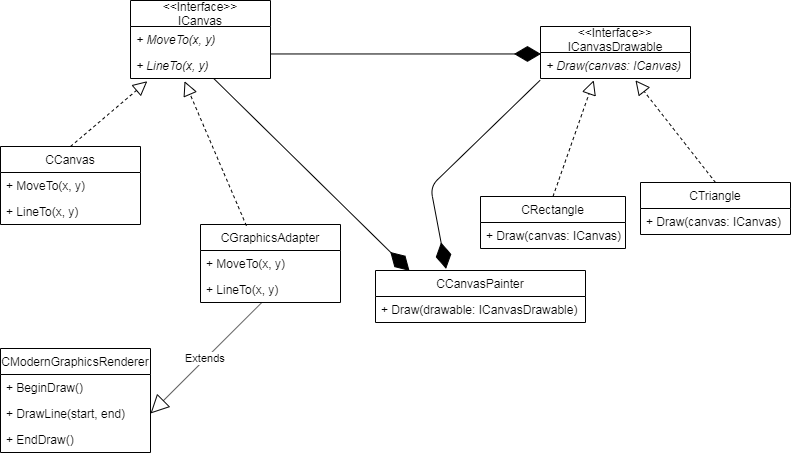
Earlier version of the draw.io export labs/6/ClassAdapter/UML.png (StepanovVladimir/ood). Source tidied: cells renumbered, new cells last; positions are measured from the earlier drawing's top-left corner, leaving out a move shared by most shapes. Source of this version:
```xml
<mxGraphModel>
  <root>
    <mxCell id="0" />
    <mxCell id="1" parent="0" />
    <mxCell id="2" value="&lt;&lt;Interface&gt;&gt;&#10;ICanvas" style="swimlane;fontStyle=0;horizontal=1;startSize=26;fillColor=none;" parent="1" vertex="1">
      <mxGeometry x="130" width="140" height="78" as="geometry" />
    </mxCell>
    <mxCell id="3" value="+ MoveTo(x, y)" style="text;strokeColor=none;fillColor=none;align=left;verticalAlign=top;spacingLeft=4;spacingRight=4;overflow=hidden;fontStyle=2;" parent="2" vertex="1">
      <mxGeometry y="26" width="140" height="26" as="geometry" />
    </mxCell>
    <mxCell id="4" value="+ LineTo(x, y)" style="text;strokeColor=none;fillColor=none;align=left;verticalAlign=top;spacingLeft=4;spacingRight=4;overflow=hidden;points=[[0,0.5],[1,0.5]];portConstraint=eastwest;fontStyle=2;" parent="2" vertex="1">
      <mxGeometry y="52" width="140" height="26" as="geometry" />
    </mxCell>
    <mxCell id="5" value="CCanvas" style="swimlane;fontStyle=0;horizontal=1;startSize=26;fillColor=none;" parent="1" vertex="1">
      <mxGeometry y="146" width="140" height="78" as="geometry" />
    </mxCell>
    <mxCell id="6" value="+ MoveTo(x, y)" style="text;strokeColor=none;fillColor=none;align=left;verticalAlign=top;spacingLeft=4;spacingRight=4;overflow=hidden;" parent="5" vertex="1">
      <mxGeometry y="26" width="140" height="26" as="geometry" />
    </mxCell>
    <mxCell id="7" value="+ LineTo(x, y)" style="text;strokeColor=none;fillColor=none;align=left;verticalAlign=top;spacingLeft=4;spacingRight=4;overflow=hidden;" parent="5" vertex="1">
      <mxGeometry y="52" width="140" height="26" as="geometry" />
    </mxCell>
    <mxCell id="8" style="endArrow=block;dashed=1;endFill=0;endSize=12;html=1;exitX=0.5;exitY=0;exitDx=0;exitDy=0;entryX=0.12;entryY=1.105;entryDx=0;entryDy=0;entryPerimeter=0;" parent="1" edge="1" source="5" target="4">
      <mxGeometry relative="1" as="geometry" />
    </mxCell>
    <mxCell id="9" value="&lt;&lt;Interface&gt;&gt;&#10;ICanvasDrawable" style="swimlane;fontStyle=0;horizontal=1;startSize=26;fillColor=none;" parent="1" vertex="1">
      <mxGeometry x="540" y="26" width="150" height="52" as="geometry" />
    </mxCell>
    <mxCell id="10" value="+ Draw(canvas: ICanvas)" style="text;strokeColor=none;fillColor=none;align=left;verticalAlign=top;spacingLeft=4;spacingRight=4;overflow=hidden;points=[[0,0.5],[1,0.5]];portConstraint=eastwest;fontStyle=2;" parent="9" vertex="1">
      <mxGeometry y="26" width="150" height="26" as="geometry" />
    </mxCell>
    <mxCell id="11" value="CRectangle" style="swimlane;fontStyle=0;horizontal=1;startSize=26;fillColor=none;" parent="1" vertex="1">
      <mxGeometry x="480" y="196" width="145" height="52" as="geometry" />
    </mxCell>
    <mxCell id="12" value="+ Draw(canvas: ICanvas)" style="text;strokeColor=none;fillColor=none;align=left;verticalAlign=top;spacingLeft=4;spacingRight=4;overflow=hidden;points=[[0,0.5],[1,0.5]];portConstraint=eastwest;" parent="11" vertex="1">
      <mxGeometry y="26" width="145" height="26" as="geometry" />
    </mxCell>
    <mxCell id="13" value="CTriangle" style="swimlane;fontStyle=0;horizontal=1;startSize=26;fillColor=none;" parent="1" vertex="1">
      <mxGeometry x="640" y="182" width="150" height="52" as="geometry" />
    </mxCell>
    <mxCell id="14" value="+ Draw(canvas: ICanvas)" style="text;strokeColor=none;fillColor=none;align=left;verticalAlign=top;spacingLeft=4;spacingRight=4;overflow=hidden;points=[[0,0.5],[1,0.5]];portConstraint=eastwest;" parent="13" vertex="1">
      <mxGeometry y="26" width="150" height="26" as="geometry" />
    </mxCell>
    <mxCell id="15" style="endArrow=block;dashed=1;endFill=0;endSize=12;html=1;entryX=0.355;entryY=1.07;entryDx=0;entryDy=0;entryPerimeter=0;exitX=0.5;exitY=0;exitDx=0;exitDy=0;" parent="1" edge="1" source="11" target="10">
      <mxGeometry relative="1" as="geometry" />
    </mxCell>
    <mxCell id="16" style="endArrow=block;dashed=1;endFill=0;endSize=12;html=1;entryX=0.633;entryY=1.07;entryDx=0;entryDy=0;entryPerimeter=0;exitX=0.5;exitY=0;exitDx=0;exitDy=0;" parent="1" edge="1" source="13" target="10">
      <mxGeometry relative="1" as="geometry" />
    </mxCell>
    <mxCell id="17" value="CCanvasPainter" style="swimlane;fontStyle=0;horizontal=1;startSize=26;fillColor=none;" parent="1" vertex="1">
      <mxGeometry x="375" y="270" width="210" height="52" as="geometry" />
    </mxCell>
    <mxCell id="18" value="+ Draw(drawable: ICanvasDrawable)" style="text;strokeColor=none;fillColor=none;align=left;verticalAlign=top;spacingLeft=4;spacingRight=4;overflow=hidden;" parent="17" vertex="1">
      <mxGeometry y="26" width="210" height="26" as="geometry" />
    </mxCell>
    <mxCell id="19" style="endArrow=diamondThin;endFill=1;endSize=24;html=1;entryX=0.162;entryY=0.007;entryDx=0;entryDy=0;entryPerimeter=0;" parent="1" edge="1" source="4" target="17">
      <mxGeometry relative="1" as="geometry" />
    </mxCell>
    <mxCell id="20" style="endArrow=diamondThin;endFill=1;endSize=24;html=1;exitX=-0.003;exitY=1.07;exitDx=0;exitDy=0;exitPerimeter=0;entryX=0.336;entryY=-0.031;entryDx=0;entryDy=0;entryPerimeter=0;" parent="1" edge="1" source="10" target="17">
      <mxGeometry relative="1" as="geometry">
        <Array as="points">
          <mxPoint x="430" y="186" />
        </Array>
      </mxGeometry>
    </mxCell>
    <mxCell id="21" style="endArrow=diamondThin;endFill=1;endSize=24;html=1;entryX=0.003;entryY=0.056;entryDx=0;entryDy=0;entryPerimeter=0;exitX=1;exitY=0.056;exitDx=0;exitDy=0;exitPerimeter=0;" parent="1" edge="1" source="4" target="10">
      <mxGeometry relative="1" as="geometry" />
    </mxCell>
    <mxCell id="22" value="CModernGraphicsRenderer" style="swimlane;fontStyle=0;horizontal=1;startSize=26;fillColor=none;" parent="1" vertex="1">
      <mxGeometry y="348" width="150" height="104" as="geometry" />
    </mxCell>
    <mxCell id="23" value="+ BeginDraw()" style="text;strokeColor=none;fillColor=none;align=left;verticalAlign=top;spacingLeft=4;spacingRight=4;overflow=hidden;" parent="22" vertex="1">
      <mxGeometry y="26" width="150" height="26" as="geometry" />
    </mxCell>
    <mxCell id="24" value="+ DrawLine(start, end)" style="text;strokeColor=none;fillColor=none;align=left;verticalAlign=top;spacingLeft=4;spacingRight=4;overflow=hidden;points=[[0,0.5],[1,0.5]];portConstraint=eastwest;" parent="22" vertex="1">
      <mxGeometry y="52" width="150" height="26" as="geometry" />
    </mxCell>
    <mxCell id="25" value="+ EndDraw()" style="text;strokeColor=none;fillColor=none;align=left;verticalAlign=top;spacingLeft=4;spacingRight=4;overflow=hidden;points=[[0,0.5],[1,0.5]];portConstraint=eastwest;" parent="22" vertex="1">
      <mxGeometry y="78" width="150" height="26" as="geometry" />
    </mxCell>
    <mxCell id="26" value="CGraphicsAdapter" style="swimlane;fontStyle=0;horizontal=1;startSize=26;fillColor=none;" parent="1" vertex="1">
      <mxGeometry x="200" y="224" width="140" height="78" as="geometry" />
    </mxCell>
    <mxCell id="27" value="+ MoveTo(x, y)" style="text;strokeColor=none;fillColor=none;align=left;verticalAlign=top;spacingLeft=4;spacingRight=4;overflow=hidden;points=[[0,0.5],[1,0.5]];portConstraint=eastwest;" parent="26" vertex="1">
      <mxGeometry y="26" width="140" height="26" as="geometry" />
    </mxCell>
    <mxCell id="28" value="+ LineTo(x, y)" style="text;strokeColor=none;fillColor=none;align=left;verticalAlign=top;spacingLeft=4;spacingRight=4;overflow=hidden;points=[[0,0.5],[1,0.5]];portConstraint=eastwest;" parent="26" vertex="1">
      <mxGeometry y="52" width="140" height="26" as="geometry" />
    </mxCell>
    <mxCell id="29" style="endArrow=block;dashed=1;endFill=0;endSize=12;html=1;entryX=0.386;entryY=1.105;entryDx=0;entryDy=0;entryPerimeter=0;exitX=0.328;exitY=0.016;exitDx=0;exitDy=0;exitPerimeter=0;" parent="1" edge="1" source="26" target="4">
      <mxGeometry relative="1" as="geometry" />
    </mxCell>
    <mxCell id="30" value="Extends" style="endArrow=block;endSize=16;endFill=0;html=1;exitX=0.438;exitY=1;exitDx=0;exitDy=0;exitPerimeter=0;entryX=1;entryY=0.5;entryDx=0;entryDy=0;" parent="1" edge="1" source="28" target="24">
      <mxGeometry relative="1" as="geometry" />
    </mxCell>
  </root>
</mxGraphModel>
```
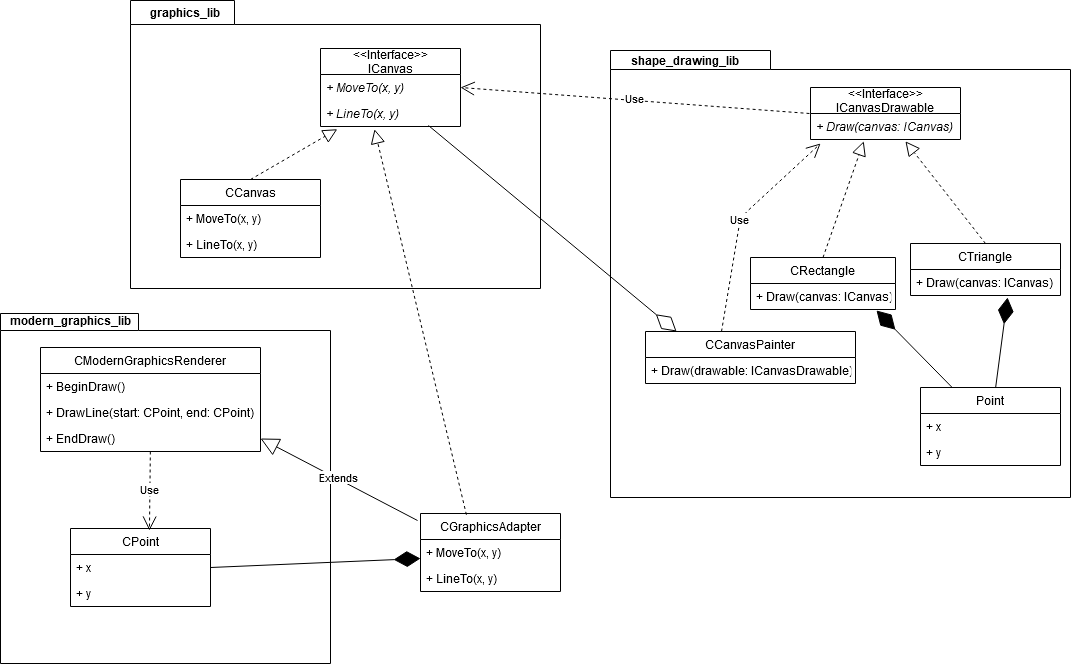
Above is the later version.

Commit message:
Дополнил UML диаграмму

Change to the diagram source:
```diff
@@ -2,8 +2,17 @@
   <root>
     <mxCell id="0" />
     <mxCell id="1" parent="0" />
+    <mxCell id="31" style="shape=folder;fontStyle=1;spacingTop=10;tabWidth=138;tabHeight=17;tabPosition=left;html=1;" parent="1" vertex="1">
+      <mxGeometry x="-260" y="331" width="330" height="350" as="geometry" />
+    </mxCell>
+    <mxCell id="32" style="shape=folder;fontStyle=1;spacingTop=10;tabWidth=104;tabHeight=24;tabPosition=left;html=1;" parent="1" vertex="1">
+      <mxGeometry x="-130" y="18" width="410" height="288" as="geometry" />
+    </mxCell>
+    <mxCell id="33" style="shape=folder;fontStyle=1;spacingTop=10;tabWidth=160;tabHeight=19;tabPosition=left;html=1;" parent="1" vertex="1">
+      <mxGeometry x="350" y="68" width="460" height="447" as="geometry" />
+    </mxCell>
     <mxCell id="2" value="&lt;&lt;Interface&gt;&gt;&#10;ICanvas" style="swimlane;fontStyle=0;horizontal=1;startSize=26;fillColor=none;" parent="1" vertex="1">
-      <mxGeometry x="130" width="140" height="78" as="geometry" />
+      <mxGeometry x="60" y="66" width="140" height="78" as="geometry" />
     </mxCell>
     <mxCell id="3" value="+ MoveTo(x, y)" style="text;strokeColor=none;fillColor=none;align=left;verticalAlign=top;spacingLeft=4;spacingRight=4;overflow=hidden;fontStyle=2;" parent="2" vertex="1">
       <mxGeometry y="26" width="140" height="26" as="geometry" />
@@ -12,7 +21,7 @@
       <mxGeometry y="52" width="140" height="26" as="geometry" />
     </mxCell>
     <mxCell id="5" value="CCanvas" style="swimlane;fontStyle=0;horizontal=1;startSize=26;fillColor=none;" parent="1" vertex="1">
-      <mxGeometry y="146" width="140" height="78" as="geometry" />
+      <mxGeometry x="-80" y="197" width="140" height="78" as="geometry" />
     </mxCell>
     <mxCell id="6" value="+ MoveTo(x, y)" style="text;strokeColor=none;fillColor=none;align=left;verticalAlign=top;spacingLeft=4;spacingRight=4;overflow=hidden;" parent="5" vertex="1">
       <mxGeometry y="26" width="140" height="26" as="geometry" />
@@ -24,19 +33,19 @@
       <mxGeometry relative="1" as="geometry" />
     </mxCell>
     <mxCell id="9" value="&lt;&lt;Interface&gt;&gt;&#10;ICanvasDrawable" style="swimlane;fontStyle=0;horizontal=1;startSize=26;fillColor=none;" parent="1" vertex="1">
-      <mxGeometry x="540" y="26" width="150" height="52" as="geometry" />
+      <mxGeometry x="550" y="105" width="150" height="52" as="geometry" />
     </mxCell>
     <mxCell id="10" value="+ Draw(canvas: ICanvas)" style="text;strokeColor=none;fillColor=none;align=left;verticalAlign=top;spacingLeft=4;spacingRight=4;overflow=hidden;points=[[0,0.5],[1,0.5]];portConstraint=eastwest;fontStyle=2;" parent="9" vertex="1">
       <mxGeometry y="26" width="150" height="26" as="geometry" />
     </mxCell>
     <mxCell id="11" value="CRectangle" style="swimlane;fontStyle=0;horizontal=1;startSize=26;fillColor=none;" parent="1" vertex="1">
-      <mxGeometry x="480" y="196" width="145" height="52" as="geometry" />
+      <mxGeometry x="490" y="275" width="145" height="52" as="geometry" />
     </mxCell>
     <mxCell id="12" value="+ Draw(canvas: ICanvas)" style="text;strokeColor=none;fillColor=none;align=left;verticalAlign=top;spacingLeft=4;spacingRight=4;overflow=hidden;points=[[0,0.5],[1,0.5]];portConstraint=eastwest;" parent="11" vertex="1">
       <mxGeometry y="26" width="145" height="26" as="geometry" />
     </mxCell>
     <mxCell id="13" value="CTriangle" style="swimlane;fontStyle=0;horizontal=1;startSize=26;fillColor=none;" parent="1" vertex="1">
-      <mxGeometry x="640" y="182" width="150" height="52" as="geometry" />
+      <mxGeometry x="650" y="261" width="150" height="52" as="geometry" />
     </mxCell>
     <mxCell id="14" value="+ Draw(canvas: ICanvas)" style="text;strokeColor=none;fillColor=none;align=left;verticalAlign=top;spacingLeft=4;spacingRight=4;overflow=hidden;points=[[0,0.5],[1,0.5]];portConstraint=eastwest;" parent="13" vertex="1">
       <mxGeometry y="26" width="150" height="26" as="geometry" />
@@ -48,38 +57,25 @@
       <mxGeometry relative="1" as="geometry" />
     </mxCell>
     <mxCell id="17" value="CCanvasPainter" style="swimlane;fontStyle=0;horizontal=1;startSize=26;fillColor=none;" parent="1" vertex="1">
-      <mxGeometry x="375" y="270" width="210" height="52" as="geometry" />
+      <mxGeometry x="385" y="349" width="210" height="52" as="geometry" />
     </mxCell>
     <mxCell id="18" value="+ Draw(drawable: ICanvasDrawable)" style="text;strokeColor=none;fillColor=none;align=left;verticalAlign=top;spacingLeft=4;spacingRight=4;overflow=hidden;" parent="17" vertex="1">
       <mxGeometry y="26" width="210" height="26" as="geometry" />
     </mxCell>
-    <mxCell id="19" style="endArrow=diamondThin;endFill=1;endSize=24;html=1;entryX=0.162;entryY=0.007;entryDx=0;entryDy=0;entryPerimeter=0;" parent="1" edge="1" source="4" target="17">
-      <mxGeometry relative="1" as="geometry" />
-    </mxCell>
-    <mxCell id="20" style="endArrow=diamondThin;endFill=1;endSize=24;html=1;exitX=-0.003;exitY=1.07;exitDx=0;exitDy=0;exitPerimeter=0;entryX=0.336;entryY=-0.031;entryDx=0;entryDy=0;entryPerimeter=0;" parent="1" edge="1" source="10" target="17">
-      <mxGeometry relative="1" as="geometry">
-        <Array as="points">
-          <mxPoint x="430" y="186" />
-        </Array>
-      </mxGeometry>
-    </mxCell>
-    <mxCell id="21" style="endArrow=diamondThin;endFill=1;endSize=24;html=1;entryX=0.003;entryY=0.056;entryDx=0;entryDy=0;entryPerimeter=0;exitX=1;exitY=0.056;exitDx=0;exitDy=0;exitPerimeter=0;" parent="1" edge="1" source="4" target="10">
-      <mxGeometry relative="1" as="geometry" />
-    </mxCell>
     <mxCell id="22" value="CModernGraphicsRenderer" style="swimlane;fontStyle=0;horizontal=1;startSize=26;fillColor=none;" parent="1" vertex="1">
-      <mxGeometry y="348" width="150" height="104" as="geometry" />
+      <mxGeometry x="-220" y="365" width="220" height="104" as="geometry" />
     </mxCell>
     <mxCell id="23" value="+ BeginDraw()" style="text;strokeColor=none;fillColor=none;align=left;verticalAlign=top;spacingLeft=4;spacingRight=4;overflow=hidden;" parent="22" vertex="1">
-      <mxGeometry y="26" width="150" height="26" as="geometry" />
+      <mxGeometry y="26" width="220" height="26" as="geometry" />
     </mxCell>
-    <mxCell id="24" value="+ DrawLine(start, end)" style="text;strokeColor=none;fillColor=none;align=left;verticalAlign=top;spacingLeft=4;spacingRight=4;overflow=hidden;points=[[0,0.5],[1,0.5]];portConstraint=eastwest;" parent="22" vertex="1">
-      <mxGeometry y="52" width="150" height="26" as="geometry" />
+    <mxCell id="24" value="+ DrawLine(start: CPoint, end: CPoint)" style="text;strokeColor=none;fillColor=none;align=left;verticalAlign=top;spacingLeft=4;spacingRight=4;overflow=hidden;points=[[0,0.5],[1,0.5]];portConstraint=eastwest;" parent="22" vertex="1">
+      <mxGeometry y="52" width="220" height="26" as="geometry" />
     </mxCell>
     <mxCell id="25" value="+ EndDraw()" style="text;strokeColor=none;fillColor=none;align=left;verticalAlign=top;spacingLeft=4;spacingRight=4;overflow=hidden;points=[[0,0.5],[1,0.5]];portConstraint=eastwest;" parent="22" vertex="1">
-      <mxGeometry y="78" width="150" height="26" as="geometry" />
+      <mxGeometry y="78" width="220" height="26" as="geometry" />
     </mxCell>
     <mxCell id="26" value="CGraphicsAdapter" style="swimlane;fontStyle=0;horizontal=1;startSize=26;fillColor=none;" parent="1" vertex="1">
-      <mxGeometry x="200" y="224" width="140" height="78" as="geometry" />
+      <mxGeometry x="160" y="531" width="140" height="78" as="geometry" />
     </mxCell>
     <mxCell id="27" value="+ MoveTo(x, y)" style="text;strokeColor=none;fillColor=none;align=left;verticalAlign=top;spacingLeft=4;spacingRight=4;overflow=hidden;points=[[0,0.5],[1,0.5]];portConstraint=eastwest;" parent="26" vertex="1">
       <mxGeometry y="26" width="140" height="26" as="geometry" />
@@ -90,7 +86,59 @@
     <mxCell id="29" style="endArrow=block;dashed=1;endFill=0;endSize=12;html=1;entryX=0.386;entryY=1.105;entryDx=0;entryDy=0;entryPerimeter=0;exitX=0.328;exitY=0.016;exitDx=0;exitDy=0;exitPerimeter=0;" parent="1" edge="1" source="26" target="4">
       <mxGeometry relative="1" as="geometry" />
     </mxCell>
+    <mxCell id="34" value="Use" style="endArrow=open;endSize=12;dashed=1;html=1;entryX=0.067;entryY=1.154;entryDx=0;entryDy=0;entryPerimeter=0;exitX=0.362;exitY=0;exitDx=0;exitDy=0;exitPerimeter=0;" parent="1" edge="1" source="17" target="10">
+      <mxGeometry relative="1" as="geometry">
+        <Array as="points">
+          <mxPoint x="480" y="235" />
+        </Array>
+      </mxGeometry>
+    </mxCell>
+    <mxCell id="35" value="Use" style="endArrow=open;endSize=12;dashed=1;html=1;exitX=-0.007;exitY=0;exitDx=0;exitDy=0;exitPerimeter=0;entryX=1;entryY=0.5;entryDx=0;entryDy=0;" parent="1" edge="1" source="10" target="2">
+      <mxGeometry relative="1" as="geometry" />
+    </mxCell>
+    <mxCell id="19" style="endArrow=diamondThin;endFill=0;endSize=24;html=1;entryX=0.148;entryY=0;entryDx=0;entryDy=0;entryPerimeter=0;exitX=0.771;exitY=0.962;exitDx=0;exitDy=0;exitPerimeter=0;" parent="1" edge="1" source="4" target="17">
+      <mxGeometry relative="1" as="geometry" />
+    </mxCell>
+    <mxCell id="36" value="shape_drawing_lib" style="text;align=center;fontStyle=1;verticalAlign=middle;spacingLeft=3;spacingRight=3;strokeColor=none;" parent="1" vertex="1">
+      <mxGeometry x="385" y="66" width="80" height="26" as="geometry" />
+    </mxCell>
+    <mxCell id="37" value="Point" style="swimlane;fontStyle=0;horizontal=1;startSize=26;fillColor=none;" parent="1" vertex="1">
+      <mxGeometry x="660" y="405" width="140" height="78" as="geometry" />
+    </mxCell>
+    <mxCell id="38" value="+ x" style="text;strokeColor=none;fillColor=none;align=left;verticalAlign=top;spacingLeft=4;spacingRight=4;overflow=hidden;" parent="37" vertex="1">
+      <mxGeometry y="26" width="140" height="26" as="geometry" />
+    </mxCell>
+    <mxCell id="39" value="+ y" style="text;strokeColor=none;fillColor=none;align=left;verticalAlign=top;spacingLeft=4;spacingRight=4;overflow=hidden;" parent="37" vertex="1">
+      <mxGeometry y="52" width="140" height="26" as="geometry" />
+    </mxCell>
+    <mxCell id="40" style="endArrow=diamondThin;endFill=1;endSize=24;html=1;entryX=0.647;entryY=1.077;entryDx=0;entryDy=0;entryPerimeter=0;" parent="1" edge="1" source="37" target="14">
+      <mxGeometry relative="1" as="geometry" />
+    </mxCell>
+    <mxCell id="41" style="endArrow=diamondThin;endFill=1;endSize=24;html=1;entryX=0.869;entryY=1.038;entryDx=0;entryDy=0;entryPerimeter=0;" parent="1" edge="1" source="37" target="12">
+      <mxGeometry relative="1" as="geometry" />
+    </mxCell>
+    <mxCell id="42" value="graphics_lib" style="text;align=center;fontStyle=1;verticalAlign=middle;spacingLeft=3;spacingRight=3;strokeColor=none;" parent="1" vertex="1">
+      <mxGeometry x="-115" y="18" width="80" height="26" as="geometry" />
+    </mxCell>
+    <mxCell id="43" value="CPoint" style="swimlane;fontStyle=0;horizontal=1;startSize=26;fillColor=none;" parent="1" vertex="1">
+      <mxGeometry x="-190" y="546" width="140" height="78" as="geometry" />
+    </mxCell>
+    <mxCell id="44" value="+ x" style="text;strokeColor=none;fillColor=none;align=left;verticalAlign=top;spacingLeft=4;spacingRight=4;overflow=hidden;points=[[0,0.5],[1,0.5]];portConstraint=eastwest;" parent="43" vertex="1">
+      <mxGeometry y="26" width="140" height="26" as="geometry" />
+    </mxCell>
+    <mxCell id="45" value="+ y" style="text;strokeColor=none;fillColor=none;align=left;verticalAlign=top;spacingLeft=4;spacingRight=4;overflow=hidden;" parent="43" vertex="1">
+      <mxGeometry y="52" width="140" height="26" as="geometry" />
+    </mxCell>
+    <mxCell id="46" value="Use" style="endArrow=open;endSize=12;dashed=1;html=1;entryX=0.564;entryY=0.026;entryDx=0;entryDy=0;entryPerimeter=0;" parent="1" edge="1" source="25" target="43">
+      <mxGeometry relative="1" as="geometry" />
+    </mxCell>
+    <mxCell id="47" value="modern_graphics_lib" style="text;align=center;fontStyle=1;verticalAlign=middle;spacingLeft=3;spacingRight=3;strokeColor=none;" parent="1" vertex="1">
+      <mxGeometry x="-230" y="326" width="80" height="26" as="geometry" />
+    </mxCell>
+    <mxCell id="48" style="endArrow=diamondThin;endFill=1;endSize=24;html=1;entryX=0;entryY=0.731;entryDx=0;entryDy=0;entryPerimeter=0;exitX=1;exitY=0.5;exitDx=0;exitDy=0;" parent="1" edge="1" source="44" target="27">
+      <mxGeometry relative="1" as="geometry" />
+    </mxCell>
-    <mxCell id="30" value="Extends" style="endArrow=block;endSize=16;endFill=0;html=1;exitX=0.438;exitY=1;exitDx=0;exitDy=0;exitPerimeter=0;entryX=1;entryY=0.5;entryDx=0;entryDy=0;" parent="1" edge="1" source="28" target="24">
+    <mxCell id="30" value="Extends" style="endArrow=block;endSize=16;endFill=0;html=1;entryX=1;entryY=0.5;entryDx=0;entryDy=0;exitX=-0.021;exitY=0.09;exitDx=0;exitDy=0;exitPerimeter=0;" parent="1" edge="1" source="26" target="25">
       <mxGeometry relative="1" as="geometry" />
     </mxCell>
   </root>
```
